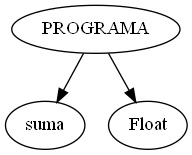
Before: Segunda entrega/tree.png, a diagram exported from Graphviz (LyC-G16/TrabajoPractico). Its source is kept beside it as Segunda entrega/tree.dot.
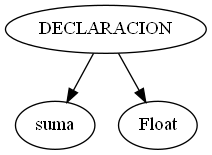
After the change.

The edit, as a diff of the source:
```diff
@@ -1,5 +1,5 @@
 digraph tree {
- 1 [label="PROGRAMA"];
+ 1 [label="DECLARACION"];
  1 -> 2;
  2 [label="suma"];
  1 -> 3;
```
